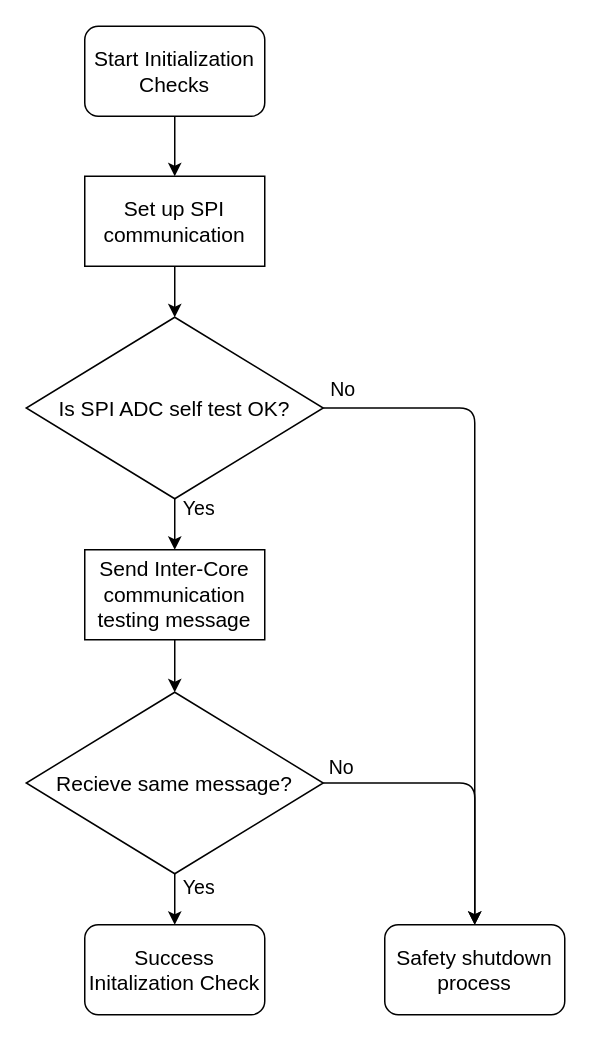
The draw.io diagram schematic/05-sw-flow-initialization-check.drawio in petrkucerak/diplom-thesis, before the edit. Source tidied: cells renumbered, new cells numbered last; positions are measured from the earlier drawing's top-left corner, leaving out a move shared by most shapes. Both pictures are drawn from the tidied source at 150%, with x=0, y=0 at pixel (26, 26).
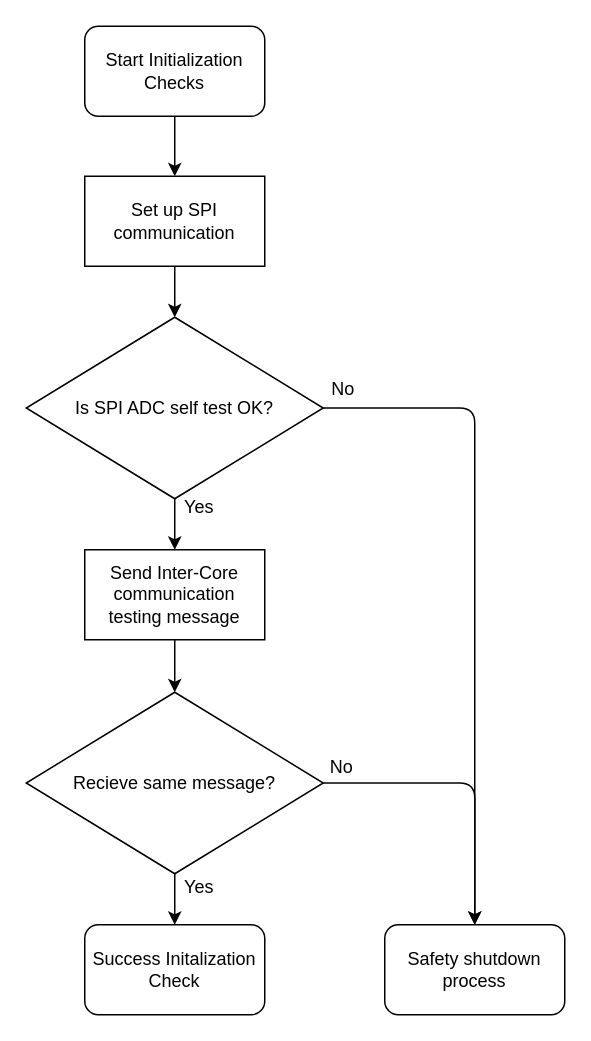
After the change.

Change to the diagram source:
```diff
@@
-    <mxCell id="2" style="edgeStyle=none;html=1;exitX=0.5;exitY=1;exitDx=0;exitDy=0;fontSize=14;" parent="1" edge="1" source="3" target="5">
+    <mxCell id="2" style="edgeStyle=none;html=1;exitX=0.5;exitY=1;exitDx=0;exitDy=0;fontSize=12;" parent="1" edge="1" source="3" target="5">
       <mxGeometry relative="1" as="geometry" />
     </mxCell>
-    <mxCell id="3" value="Start Initialization Checks" style="rounded=1;whiteSpace=wrap;html=1;fontSize=14;" parent="1" vertex="1">
+    <mxCell id="3" value="Start Initialization Checks" style="rounded=1;whiteSpace=wrap;html=1;fontSize=12;" parent="1" vertex="1">
       <mxGeometry x="39" width="120" height="60" as="geometry" />
     </mxCell>
-    <mxCell id="4" style="edgeStyle=none;html=1;exitX=0.5;exitY=1;exitDx=0;exitDy=0;fontSize=14;" parent="1" edge="1" source="5" target="13">
+    <mxCell id="4" style="edgeStyle=none;html=1;exitX=0.5;exitY=1;exitDx=0;exitDy=0;fontSize=12;" parent="1" edge="1" source="5" target="13">
       <mxGeometry relative="1" as="geometry" />
     </mxCell>
-    <mxCell id="5" value="Set up SPI communication" style="rounded=0;whiteSpace=wrap;html=1;fontSize=14;" parent="1" vertex="1">
+    <mxCell id="5" value="Set up SPI communication" style="rounded=0;whiteSpace=wrap;html=1;fontSize=12;" parent="1" vertex="1">
       <mxGeometry x="39" y="100" width="120" height="60" as="geometry" />
     </mxCell>
-    <mxCell id="6" style="edgeStyle=none;html=1;exitX=0.5;exitY=1;exitDx=0;exitDy=0;fontSize=14;" parent="1" edge="1" source="7" target="18">
+    <mxCell id="6" style="edgeStyle=none;html=1;exitX=0.5;exitY=1;exitDx=0;exitDy=0;fontSize=12;" parent="1" edge="1" source="7" target="18">
       <mxGeometry relative="1" as="geometry" />
     </mxCell>
-    <mxCell id="7" value="Send Inter-Core communication testing message" style="rounded=0;whiteSpace=wrap;html=1;fontSize=14;" parent="1" vertex="1">
+    <mxCell id="7" value="Send Inter-Core communication testing message" style="rounded=0;whiteSpace=wrap;html=1;fontSize=12;" parent="1" vertex="1">
       <mxGeometry x="39" y="349" width="120" height="60" as="geometry" />
     </mxCell>
-    <mxCell id="8" value="Success Initalization Check" style="rounded=1;whiteSpace=wrap;html=1;fontSize=14;" parent="1" vertex="1">
+    <mxCell id="8" value="Success Initalization Check" style="rounded=1;whiteSpace=wrap;html=1;fontSize=12;" parent="1" vertex="1">
       <mxGeometry x="39" y="599" width="120" height="60" as="geometry" />
     </mxCell>
-    <mxCell id="9" style="edgeStyle=none;html=1;exitX=0.5;exitY=1;exitDx=0;exitDy=0;fontSize=14;" parent="1" edge="1" source="13" target="7">
+    <mxCell id="9" style="edgeStyle=none;html=1;exitX=0.5;exitY=1;exitDx=0;exitDy=0;fontSize=12;" parent="1" edge="1" source="13" target="7">
       <mxGeometry relative="1" as="geometry" />
     </mxCell>
-    <mxCell id="10" value="Yes" style="edgeLabel;html=1;align=center;verticalAlign=middle;fontSize=13;" parent="9" vertex="1">
+    <mxCell id="10" value="Yes" style="edgeLabel;html=1;align=center;verticalAlign=middle;fontSize=12;" parent="9" vertex="1">
       <mxGeometry x="-0.53" relative="1" as="geometry">
         <mxPoint x="15" y="-3" as="offset" />
       </mxGeometry>
     </mxCell>
-    <mxCell id="11" style="edgeStyle=orthogonalEdgeStyle;html=1;exitX=1;exitY=0.5;exitDx=0;exitDy=0;fontSize=14;entryX=0.5;entryY=0;entryDx=0;entryDy=0;" parent="1" edge="1" source="13" target="19">
+    <mxCell id="11" style="edgeStyle=orthogonalEdgeStyle;html=1;exitX=1;exitY=0.5;exitDx=0;exitDy=0;fontSize=12;entryX=0.5;entryY=0;entryDx=0;entryDy=0;" parent="1" edge="1" source="13" target="19">
       <mxGeometry relative="1" as="geometry" />
     </mxCell>
-    <mxCell id="12" value="No" style="edgeLabel;html=1;align=center;verticalAlign=middle;fontSize=13;" parent="11" vertex="1">
+    <mxCell id="12" value="No" style="edgeLabel;html=1;align=center;verticalAlign=middle;fontSize=12;" parent="11" vertex="1">
       <mxGeometry x="-0.1" y="1" relative="1" as="geometry">
         <mxPoint x="-90" y="-112" as="offset" />
       </mxGeometry>
     </mxCell>
-    <mxCell id="13" value="Is SPI ADC self test OK?" style="rhombus;whiteSpace=wrap;html=1;fontSize=14;" parent="1" vertex="1">
+    <mxCell id="13" value="Is SPI ADC self test OK?" style="rhombus;whiteSpace=wrap;html=1;fontSize=12;" parent="1" vertex="1">
       <mxGeometry y="194" width="198" height="121" as="geometry" />
     </mxCell>
-    <mxCell id="14" style="edgeStyle=none;html=1;exitX=0.5;exitY=1;exitDx=0;exitDy=0;fontSize=14;" parent="1" edge="1" source="18" target="8">
+    <mxCell id="14" style="edgeStyle=none;html=1;exitX=0.5;exitY=1;exitDx=0;exitDy=0;fontSize=12;" parent="1" edge="1" source="18" target="8">
       <mxGeometry relative="1" as="geometry" />
     </mxCell>
-    <mxCell id="15" value="&lt;font style=&quot;font-size: 13px;&quot;&gt;Yes&lt;/font&gt;" style="edgeLabel;html=1;align=center;verticalAlign=middle;" parent="14" vertex="1">
+    <mxCell id="15" value="&lt;font&gt;Yes&lt;/font&gt;" style="edgeLabel;html=1;align=center;verticalAlign=middle;fontSize=12;" parent="14" vertex="1">
       <mxGeometry x="-0.53" y="-1" relative="1" as="geometry">
         <mxPoint x="16" as="offset" />
       </mxGeometry>
     </mxCell>
-    <mxCell id="16" style="edgeStyle=orthogonalEdgeStyle;html=1;exitX=1;exitY=0.5;exitDx=0;exitDy=0;fontSize=14;entryX=0.5;entryY=0;entryDx=0;entryDy=0;" parent="1" edge="1" source="18" target="19">
+    <mxCell id="16" style="edgeStyle=orthogonalEdgeStyle;html=1;exitX=1;exitY=0.5;exitDx=0;exitDy=0;fontSize=12;entryX=0.5;entryY=0;entryDx=0;entryDy=0;" parent="1" edge="1" source="18" target="19">
       <mxGeometry relative="1" as="geometry" />
     </mxCell>
-    <mxCell id="17" value="&lt;font style=&quot;font-size: 13px;&quot;&gt;No&lt;/font&gt;" style="edgeLabel;html=1;align=center;verticalAlign=middle;" parent="16" vertex="1">
+    <mxCell id="17" value="&lt;font&gt;No&lt;/font&gt;" style="edgeLabel;html=1;align=center;verticalAlign=middle;fontSize=12;" parent="16" vertex="1">
       <mxGeometry x="-0.71" y="-1" relative="1" as="geometry">
         <mxPoint x="-17" y="-12" as="offset" />
       </mxGeometry>
     </mxCell>
-    <mxCell id="18" value="&lt;span style=&quot;color: rgb(0, 0, 0);&quot;&gt;Recieve same message?&lt;/span&gt;" style="rhombus;whiteSpace=wrap;html=1;fontSize=14;" parent="1" vertex="1">
+    <mxCell id="18" value="&lt;span style=&quot;color: rgb(0, 0, 0);&quot;&gt;Recieve same message?&lt;/span&gt;" style="rhombus;whiteSpace=wrap;html=1;fontSize=12;" parent="1" vertex="1">
       <mxGeometry y="444" width="198" height="121" as="geometry" />
     </mxCell>
-    <mxCell id="19" value="Safety shutdown process" style="rounded=1;whiteSpace=wrap;html=1;fontSize=14;" parent="1" vertex="1">
+    <mxCell id="19" value="Safety shutdown process" style="rounded=1;whiteSpace=wrap;html=1;fontSize=12;" parent="1" vertex="1">
       <mxGeometry x="239" y="599" width="120" height="60" as="geometry" />
     </mxCell>
```
